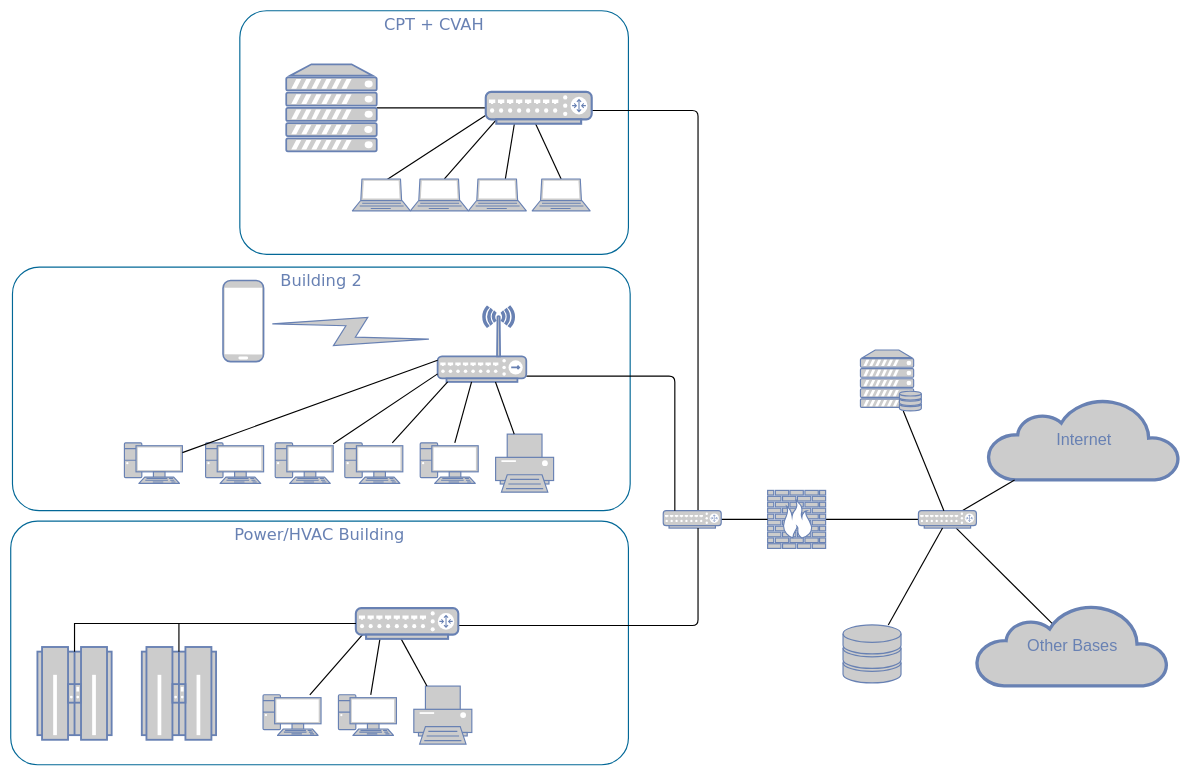
RelaxingThought/Diagramming keeps this draw.io diagram as SampleNetwork.drawio. Above is the earlier version. Source tidied: cells renumbered, new cells numbered last; positions are measured from the earlier drawing's top-left corner, leaving out a move shared by most shapes. Both pictures are drawn from the tidied source at 58%, with x=0, y=0 at pixel (10, 10).
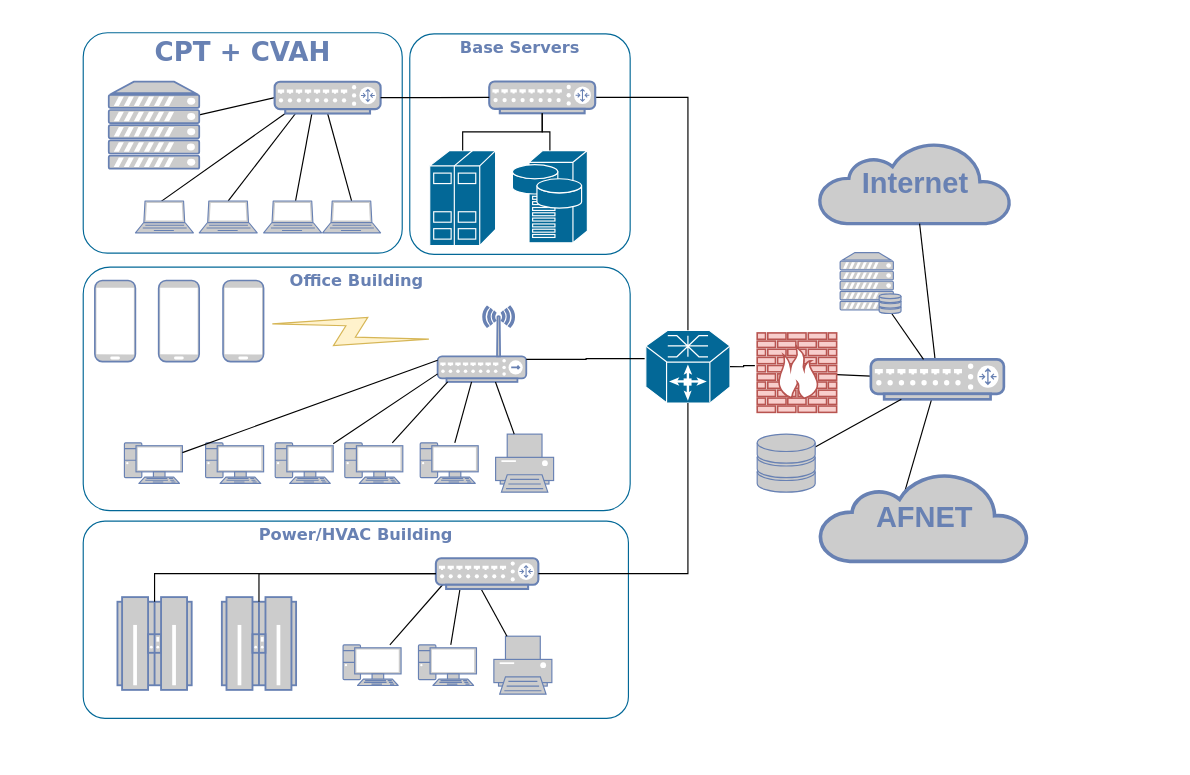
After the change.

The change refers to these unchanged cells:
```xml
<mxCell id="22" style="fontColor=#0066CC;verticalAlign=top;verticalLabelPosition=bottom;labelPosition=center;align=center;html=1;fillColor=#CCCCCC;strokeColor=#6881B3;gradientColor=none;gradientDirection=north;strokeWidth=2;shape=mxgraph.networks.wireless_hub;rounded=0;shadow=0;comic=0;" parent="1" vertex="1">
  <mxGeometry x="736" y="510" width="152.9" height="130" as="geometry" />
</mxCell>
<mxCell id="29" style="fontColor=#0066CC;verticalAlign=top;verticalLabelPosition=bottom;labelPosition=center;align=center;html=1;fillColor=#CCCCCC;strokeColor=#6881B3;gradientColor=none;gradientDirection=north;strokeWidth=2;shape=mxgraph.networks.mobile;rounded=0;shadow=0;comic=0;" parent="1" vertex="1">
  <mxGeometry x="366" y="465" width="70" height="140" as="geometry" />
</mxCell>
```

Diff of the diagram source:
```diff
@@
-    <mxCell id="2" value="Power/HVAC Building" style="rounded=1;whiteSpace=wrap;html=1;shadow=0;comic=0;strokeColor=#036897;strokeWidth=2;fillColor=none;fontFamily=Verdana;fontSize=28;fontColor=#6881B3;align=center;arcSize=11;verticalAlign=top;" parent="1" vertex="1">
-      <mxGeometry y="880" width="1065" height="420" as="geometry" />
+    <mxCell id="2" value="&lt;b&gt;Power/HVAC Building&lt;/b&gt;" style="rounded=1;whiteSpace=wrap;html=1;shadow=0;comic=0;strokeColor=#036897;strokeWidth=2;fillColor=none;fontFamily=Verdana;fontSize=28;fontColor=#6881B3;align=center;arcSize=11;verticalAlign=top;" parent="1" vertex="1">
+      <mxGeometry x="125" y="880" width="940" height="340" as="geometry" />
     </mxCell>
-    <mxCell id="3" value="Building 2" style="rounded=1;whiteSpace=wrap;html=1;shadow=0;comic=0;strokeColor=#036897;strokeWidth=2;fillColor=none;fontFamily=Verdana;fontSize=28;fontColor=#6881B3;align=center;arcSize=11;verticalAlign=top;" parent="1" vertex="1">
-      <mxGeometry x="3" y="442" width="1065" height="420" as="geometry" />
+    <mxCell id="3" value="&lt;b&gt;Office Building&lt;/b&gt;" style="rounded=1;whiteSpace=wrap;html=1;shadow=0;comic=0;strokeColor=#036897;strokeWidth=2;fillColor=none;fontFamily=Verdana;fontSize=28;fontColor=#6881B3;align=center;arcSize=11;verticalAlign=top;" parent="1" vertex="1">
+      <mxGeometry x="125" y="442" width="943" height="420" as="geometry" />
     </mxCell>
-    <mxCell id="4" value="CPT + CVAH" style="rounded=1;whiteSpace=wrap;html=1;shadow=0;comic=0;strokeColor=#036897;strokeWidth=2;fillColor=none;fontFamily=Verdana;fontSize=28;fontColor=#6881B3;align=center;arcSize=11;verticalAlign=top;" parent="1" vertex="1">
-      <mxGeometry x="395" width="670" height="420" as="geometry" />
+    <mxCell id="4" value="&lt;b&gt;&lt;font style=&quot;font-size: 45px;&quot;&gt;CPT + CVAH&lt;/font&gt;&lt;/b&gt;" style="rounded=1;whiteSpace=wrap;html=1;shadow=0;comic=0;strokeColor=#036897;strokeWidth=2;fillColor=none;fontFamily=Verdana;fontSize=28;fontColor=#6881B3;align=center;arcSize=11;verticalAlign=top;" parent="1" vertex="1">
+      <mxGeometry x="125" y="38" width="550" height="380" as="geometry" />
     </mxCell>
@@
-    <mxCell id="6" style="fontColor=#0066CC;verticalAlign=top;verticalLabelPosition=bottom;labelPosition=center;align=center;html=1;fillColor=#CCCCCC;strokeColor=#6881B3;gradientColor=none;gradientDirection=north;strokeWidth=2;shape=mxgraph.networks.firewall;rounded=0;shadow=0;comic=0;" parent="1" vertex="1">
-      <mxGeometry x="1305" y="827" width="100" height="100" as="geometry" />
+    <mxCell id="6" style="verticalAlign=top;verticalLabelPosition=bottom;labelPosition=center;align=center;html=1;fillColor=#f8cecc;strokeColor=#b85450;gradientDirection=north;strokeWidth=2;shape=mxgraph.networks.firewall;rounded=0;shadow=0;comic=0;" parent="1" vertex="1">
+      <mxGeometry x="1287" y="555.5" width="137" height="137" as="geometry" />
     </mxCell>
-    <mxCell id="7" style="edgeStyle=orthogonalEdgeStyle;html=1;labelBackgroundColor=none;endArrow=none;endFill=0;strokeWidth=2;fontFamily=Verdana;fontSize=15;fontColor=#036897;exitX=1;exitY=0.5;exitDx=0;exitDy=0;exitPerimeter=0;" parent="1" edge="1" source="47" target="9">
-      <mxGeometry relative="1" as="geometry">
-        <Array as="points">
-          <mxPoint x="919" y="172" />
-          <mxPoint x="1185" y="172" />
-        </Array>
-      </mxGeometry>
-    </mxCell>
-    <mxCell id="8" style="edgeStyle=none;html=1;labelBackgroundColor=none;endArrow=none;endFill=0;strokeWidth=2;fontFamily=Verdana;fontSize=15;fontColor=#036897;" parent="1" edge="1" source="9" target="6">
-      <mxGeometry relative="1" as="geometry" />
-    </mxCell>
-    <mxCell id="9" style="fontColor=#0066CC;verticalAlign=top;verticalLabelPosition=bottom;labelPosition=center;align=center;html=1;fillColor=#CCCCCC;strokeColor=#6881B3;gradientColor=none;gradientDirection=north;strokeWidth=2;shape=mxgraph.networks.router;rounded=0;shadow=0;comic=0;" parent="1" vertex="1">
-      <mxGeometry x="1125" y="862" width="100" height="30" as="geometry" />
-    </mxCell>
@@
-    <mxCell id="11" style="edgeStyle=none;html=1;labelBackgroundColor=none;endArrow=none;endFill=0;strokeWidth=2;fontFamily=Verdana;fontSize=15;fontColor=#036897;" parent="1" edge="1">
+    <mxCell id="11" style="edgeStyle=none;html=1;labelBackgroundColor=none;endArrow=none;endFill=0;strokeWidth=2;fontFamily=Verdana;fontSize=15;fontColor=#036897;entryX=0.1;entryY=1;entryDx=0;entryDy=0;entryPerimeter=0;" parent="1" edge="1" target="47">
       <mxGeometry relative="1" as="geometry">
-        <mxPoint x="647" y="292.4" as="sourcePoint" />
-        <mxPoint x="827" y="175.1" as="targetPoint" />
+        <mxPoint x="257" y="330.4" as="sourcePoint" />
       </mxGeometry>
     </mxCell>
-    <mxCell id="12" style="edgeStyle=none;html=1;labelBackgroundColor=none;endArrow=none;endFill=0;strokeWidth=2;fontFamily=Verdana;fontSize=15;fontColor=#036897;" parent="1" edge="1">
-      <mxGeometry relative="1" as="geometry">
-        <mxPoint x="747.7" y="290" as="sourcePoint" />
-        <mxPoint x="839.7" y="185" as="targetPoint" />
-      </mxGeometry>
+    <mxCell id="12" style="edgeStyle=none;html=1;labelBackgroundColor=none;endArrow=none;endFill=0;strokeWidth=2;fontFamily=Verdana;fontSize=15;fontColor=#036897;entryX=0.219;entryY=0.905;entryDx=0;entryDy=0;entryPerimeter=0;exitX=0.5;exitY=0;exitDx=0;exitDy=0;exitPerimeter=0;" parent="1" edge="1" source="49" target="47">
+      <mxGeometry relative="1" as="geometry" />
     </mxCell>
-    <mxCell id="13" style="edgeStyle=none;html=1;labelBackgroundColor=none;endArrow=none;endFill=0;strokeWidth=2;fontFamily=Verdana;fontSize=15;fontColor=#036897;" parent="1" edge="1">
-      <mxGeometry relative="1" as="geometry">
-        <mxPoint x="852.8" y="290" as="sourcePoint" />
-        <mxPoint x="870" y="185" as="targetPoint" />
-      </mxGeometry>
+    <mxCell id="13" style="edgeStyle=none;html=1;labelBackgroundColor=none;endArrow=none;endFill=0;strokeWidth=2;fontFamily=Verdana;fontSize=15;fontColor=#036897;entryX=0.361;entryY=0.832;entryDx=0;entryDy=0;entryPerimeter=0;" parent="1" edge="1" source="50" target="47">
+      <mxGeometry relative="1" as="geometry" />
     </mxCell>
-    <mxCell id="14" style="edgeStyle=none;html=1;labelBackgroundColor=none;endArrow=none;endFill=0;strokeWidth=2;fontFamily=Verdana;fontSize=15;fontColor=#036897;exitX=0.5;exitY=0;exitDx=0;exitDy=0;exitPerimeter=0;" parent="1" edge="1" source="51">
-      <mxGeometry relative="1" as="geometry">
-        <mxPoint x="900.3" y="185" as="targetPoint" />
-      </mxGeometry>
+    <mxCell id="14" style="edgeStyle=none;html=1;labelBackgroundColor=none;endArrow=none;endFill=0;strokeWidth=2;fontFamily=Verdana;fontSize=15;fontColor=#036897;exitX=0.5;exitY=0;exitDx=0;exitDy=0;exitPerimeter=0;entryX=0.5;entryY=1;entryDx=0;entryDy=0;entryPerimeter=0;" parent="1" edge="1" source="51" target="47">
+      <mxGeometry relative="1" as="geometry" />
     </mxCell>
@@
-    <mxCell id="21" style="edgeStyle=orthogonalEdgeStyle;html=1;labelBackgroundColor=none;endArrow=none;endFill=0;strokeWidth=2;fontFamily=Verdana;fontSize=15;fontColor=#036897;" parent="1" edge="1" source="22" target="9">
-      <mxGeometry relative="1" as="geometry">
-        <Array as="points">
-          <mxPoint x="1145" y="630" />
-        </Array>
-      </mxGeometry>
-    </mxCell>
@@
-    <mxCell id="28" style="html=1;fillColor=#CCCCCC;strokeColor=#6881B3;gradientColor=none;gradientDirection=north;strokeWidth=2;shape=mxgraph.networks.comm_link_edge;html=1;labelBackgroundColor=none;endArrow=none;endFill=0;fontFamily=Verdana;fontSize=20;" parent="1" edge="1" source="22" target="29">
+    <mxCell id="28" style="html=1;fillColor=#fff2cc;strokeColor=#d6b656;gradientDirection=north;strokeWidth=2;shape=mxgraph.networks.comm_link_edge;html=1;labelBackgroundColor=none;endArrow=none;endFill=0;fontFamily=Verdana;fontSize=20;" parent="1" edge="1" source="22" target="29">
       <mxGeometry relative="1" as="geometry" />
     </mxCell>
@@
     <mxCell id="30" style="fontColor=#0066CC;verticalAlign=top;verticalLabelPosition=bottom;labelPosition=center;align=center;html=1;fillColor=#CCCCCC;strokeColor=#6881B3;gradientColor=none;gradientDirection=north;strokeWidth=2;shape=mxgraph.networks.pc;rounded=0;shadow=0;comic=0;" parent="1" vertex="1">
-      <mxGeometry x="435" y="1179.4" width="100" height="70" as="geometry" />
+      <mxGeometry x="573" y="1093.4" width="100" height="70" as="geometry" />
     </mxCell>
     <mxCell id="31" style="fontColor=#0066CC;verticalAlign=top;verticalLabelPosition=bottom;labelPosition=center;align=center;html=1;fillColor=#CCCCCC;strokeColor=#6881B3;gradientColor=none;gradientDirection=north;strokeWidth=2;shape=mxgraph.networks.pc;rounded=0;shadow=0;comic=0;" parent="1" vertex="1">
-      <mxGeometry x="565" y="1179.4" width="100" height="70" as="geometry" />
+      <mxGeometry x="703" y="1093.4" width="100" height="70" as="geometry" />
     </mxCell>
     <mxCell id="32" style="fontColor=#0066CC;verticalAlign=top;verticalLabelPosition=bottom;labelPosition=center;align=center;html=1;fillColor=#CCCCCC;strokeColor=#6881B3;gradientColor=none;gradientDirection=north;strokeWidth=2;shape=mxgraph.networks.printer;rounded=0;shadow=0;comic=0;" parent="1" vertex="1">
-      <mxGeometry x="695" y="1164.4" width="100" height="100" as="geometry" />
+      <mxGeometry x="833" y="1078.4" width="100" height="100" as="geometry" />
     </mxCell>
-    <mxCell id="33" style="edgeStyle=orthogonalEdgeStyle;html=1;labelBackgroundColor=none;endArrow=none;endFill=0;strokeWidth=2;fontFamily=Verdana;fontSize=15;fontColor=#036897;" parent="1" edge="1" target="9">
-      <mxGeometry relative="1" as="geometry">
-        <mxPoint x="695" y="1060" as="sourcePoint" />
-        <Array as="points">
-          <mxPoint x="1185" y="1060" />
-        </Array>
-      </mxGeometry>
-    </mxCell>
     <mxCell id="34" style="edgeStyle=none;html=1;labelBackgroundColor=none;endArrow=none;endFill=0;strokeWidth=2;fontFamily=Verdana;fontSize=15;fontColor=#036897;" parent="1" edge="1" source="30">
       <mxGeometry relative="1" as="geometry">
-        <mxPoint x="607.7" y="1074.4" as="targetPoint" />
+        <mxPoint x="745.7" y="988.4" as="targetPoint" />
       </mxGeometry>
     </mxCell>
     <mxCell id="35" style="edgeStyle=none;html=1;labelBackgroundColor=none;endArrow=none;endFill=0;strokeWidth=2;fontFamily=Verdana;fontSize=15;fontColor=#036897;" parent="1" edge="1" source="31">
       <mxGeometry relative="1" as="geometry">
-        <mxPoint x="638" y="1074.4" as="targetPoint" />
+        <mxPoint x="776" y="988.4" as="targetPoint" />
       </mxGeometry>
     </mxCell>
     <mxCell id="36" style="edgeStyle=none;html=1;labelBackgroundColor=none;endArrow=none;endFill=0;strokeWidth=2;fontFamily=Verdana;fontSize=15;fontColor=#036897;" parent="1" edge="1" source="32">
       <mxGeometry relative="1" as="geometry">
-        <mxPoint x="668.3" y="1074.4" as="targetPoint" />
+        <mxPoint x="806.3" y="988.4" as="targetPoint" />
       </mxGeometry>
     </mxCell>
-    <mxCell id="37" value="Internet" style="html=1;fillColor=#CCCCCC;strokeColor=#6881B3;gradientColor=none;gradientDirection=north;strokeWidth=2;shape=mxgraph.networks.cloud;fontColor=#6881B3;rounded=0;shadow=0;comic=0;align=center;fontSize=28;" parent="1" vertex="1">
-      <mxGeometry x="1685" y="669" width="330" height="140" as="geometry" />
+    <mxCell id="37" value="&lt;font style=&quot;font-size: 50px;&quot;&gt;&lt;b&gt;&lt;font style=&quot;font-size: 50px;&quot;&gt;Internet&lt;/font&gt;&lt;/b&gt;&lt;/font&gt;" style="html=1;fillColor=#CCCCCC;strokeColor=#6881B3;gradientColor=none;gradientDirection=north;strokeWidth=2;shape=mxgraph.networks.cloud;fontColor=#6881B3;rounded=0;shadow=0;comic=0;align=center;fontSize=28;" parent="1" vertex="1">
+      <mxGeometry x="1394" y="227" width="330" height="140" as="geometry" />
     </mxCell>
@@
     <mxCell id="40" style="fontColor=#0066CC;verticalAlign=top;verticalLabelPosition=bottom;labelPosition=center;align=center;html=1;fillColor=#CCCCCC;strokeColor=#6881B3;gradientColor=none;gradientDirection=north;strokeWidth=2;shape=mxgraph.networks.router;rounded=0;shadow=0;comic=0;" parent="1" vertex="1">
-      <mxGeometry x="1565" y="862" width="100" height="30" as="geometry" />
+      <mxGeometry x="1483" y="601.2" width="229.3" height="68.8" as="geometry" />
     </mxCell>
@@
     <mxCell id="42" style="fontColor=#0066CC;verticalAlign=top;verticalLabelPosition=bottom;labelPosition=center;align=center;html=1;fillColor=#CCCCCC;strokeColor=#6881B3;gradientColor=none;gradientDirection=north;strokeWidth=2;shape=mxgraph.networks.storage;rounded=0;shadow=0;comic=0;" parent="1" vertex="1">
-      <mxGeometry x="1435" y="1059" width="100" height="100" as="geometry" />
+      <mxGeometry x="1287" y="730" width="100" height="100" as="geometry" />
     </mxCell>
@@
     <mxCell id="44" style="fontColor=#0066CC;verticalAlign=top;verticalLabelPosition=bottom;labelPosition=center;align=center;html=1;fillColor=#CCCCCC;strokeColor=#6881B3;gradientColor=none;gradientDirection=north;strokeWidth=2;shape=mxgraph.networks.server_storage;rounded=0;shadow=0;comic=0;" parent="1" vertex="1">
-      <mxGeometry x="1465" y="585" width="105" height="105" as="geometry" />
+      <mxGeometry x="1430" y="417" width="105" height="105" as="geometry" />
     </mxCell>
-    <mxCell id="45" value="Other Bases" style="html=1;fillColor=#CCCCCC;strokeColor=#6881B3;gradientColor=none;gradientDirection=north;strokeWidth=2;shape=mxgraph.networks.cloud;fontColor=#6881B3;rounded=0;shadow=0;comic=0;align=center;fontSize=28;" parent="1" vertex="1">
-      <mxGeometry x="1665" y="1024" width="330" height="140" as="geometry" />
+    <mxCell id="45" value="&lt;b&gt;&lt;font style=&quot;font-size: 50px;&quot;&gt;AFNET&lt;/font&gt;&lt;/b&gt;" style="html=1;fillColor=#CCCCCC;strokeColor=#6881B3;gradientColor=none;gradientDirection=north;strokeWidth=2;shape=mxgraph.networks.cloud;fontColor=#6881B3;rounded=0;shadow=0;comic=0;align=center;fontSize=28;" parent="1" vertex="1">
+      <mxGeometry x="1395" y="797" width="359" height="152.3" as="geometry" />
     </mxCell>
     <mxCell id="46" style="fontColor=#0066CC;verticalAlign=top;verticalLabelPosition=bottom;labelPosition=center;align=center;html=1;fillColor=#CCCCCC;strokeColor=#6881B3;gradientColor=none;gradientDirection=north;strokeWidth=2;shape=mxgraph.networks.router;rounded=0;shadow=0;comic=0;" parent="1" vertex="1">
-      <mxGeometry x="595" y="1030" width="176.7" height="53" as="geometry" />
+      <mxGeometry x="733" y="944" width="176.7" height="53" as="geometry" />
     </mxCell>
     <mxCell id="47" style="fontColor=#0066CC;verticalAlign=top;verticalLabelPosition=bottom;labelPosition=center;align=center;html=1;fillColor=#CCCCCC;strokeColor=#6881B3;gradientColor=none;gradientDirection=north;strokeWidth=2;shape=mxgraph.networks.router;rounded=0;shadow=0;comic=0;" parent="1" vertex="1">
-      <mxGeometry x="819" y="140" width="182.7" height="54.8" as="geometry" />
+      <mxGeometry x="455" y="122.4" width="182.7" height="54.8" as="geometry" />
     </mxCell>
     <mxCell id="48" style="fontColor=#0066CC;verticalAlign=top;verticalLabelPosition=bottom;labelPosition=center;align=center;html=1;fillColor=#CCCCCC;strokeColor=#6881B3;gradientColor=none;gradientDirection=north;strokeWidth=2;shape=mxgraph.networks.laptop;" parent="1" vertex="1">
-      <mxGeometry x="589" y="290" width="100" height="55" as="geometry" />
+      <mxGeometry x="215" y="328" width="100" height="55" as="geometry" />
     </mxCell>
     <mxCell id="49" style="fontColor=#0066CC;verticalAlign=top;verticalLabelPosition=bottom;labelPosition=center;align=center;html=1;outlineConnect=0;fillColor=#CCCCCC;strokeColor=#6881B3;gradientColor=none;gradientDirection=north;strokeWidth=2;shape=mxgraph.networks.laptop;" parent="1" vertex="1">
-      <mxGeometry x="689" y="290" width="100" height="55" as="geometry" />
+      <mxGeometry x="325" y="328" width="100" height="55" as="geometry" />
     </mxCell>
     <mxCell id="50" style="fontColor=#0066CC;verticalAlign=top;verticalLabelPosition=bottom;labelPosition=center;align=center;html=1;outlineConnect=0;fillColor=#CCCCCC;strokeColor=#6881B3;gradientColor=none;gradientDirection=north;strokeWidth=2;shape=mxgraph.networks.laptop;" parent="1" vertex="1">
-      <mxGeometry x="789" y="290" width="100" height="55" as="geometry" />
+      <mxGeometry x="436" y="328" width="100" height="55" as="geometry" />
     </mxCell>
     <mxCell id="51" style="fontColor=#0066CC;verticalAlign=top;verticalLabelPosition=bottom;labelPosition=center;align=center;html=1;outlineConnect=0;fillColor=#CCCCCC;strokeColor=#6881B3;gradientColor=none;gradientDirection=north;strokeWidth=2;shape=mxgraph.networks.laptop;" parent="1" vertex="1">
-      <mxGeometry x="899" y="290" width="100" height="55" as="geometry" />
+      <mxGeometry x="537.7" y="328" width="100" height="55" as="geometry" />
     </mxCell>
     <mxCell id="52" style="fontColor=#0066CC;verticalAlign=top;verticalLabelPosition=bottom;labelPosition=center;align=center;html=1;outlineConnect=0;fillColor=#CCCCCC;strokeColor=#6881B3;gradientColor=none;gradientDirection=north;strokeWidth=2;shape=mxgraph.networks.server;" parent="1" vertex="1">
-      <mxGeometry x="475" y="92.4" width="156" height="150" as="geometry" />
+      <mxGeometry x="169" y="122.4" width="156" height="150" as="geometry" />
     </mxCell>
     <mxCell id="53" style="fontColor=#0066CC;verticalAlign=top;verticalLabelPosition=bottom;labelPosition=center;align=center;html=1;outlineConnect=0;fillColor=#CCCCCC;strokeColor=#6881B3;gradientColor=none;gradientDirection=north;strokeWidth=2;shape=mxgraph.networks.mainframe;" parent="1" vertex="1">
-      <mxGeometry x="46" y="1097" width="128" height="160" as="geometry" />
+      <mxGeometry x="184" y="1011" width="128" height="160" as="geometry" />
     </mxCell>
     <mxCell id="54" style="fontColor=#0066CC;verticalAlign=top;verticalLabelPosition=bottom;labelPosition=center;align=center;html=1;outlineConnect=0;fillColor=#CCCCCC;strokeColor=#6881B3;gradientColor=none;gradientDirection=north;strokeWidth=2;shape=mxgraph.networks.mainframe;" parent="1" vertex="1">
-      <mxGeometry x="226" y="1097" width="128" height="160" as="geometry" />
+      <mxGeometry x="364" y="1011" width="128" height="160" as="geometry" />
     </mxCell>
@@
+    <mxCell id="57" value="&lt;b&gt;Base Servers&lt;/b&gt;" style="rounded=1;whiteSpace=wrap;html=1;shadow=0;comic=0;strokeColor=#036897;strokeWidth=2;fillColor=none;fontFamily=Verdana;fontSize=28;fontColor=#6881B3;align=center;arcSize=11;verticalAlign=top;" parent="1" vertex="1">
+      <mxGeometry x="688" y="40" width="380" height="380" as="geometry" />
+    </mxCell>
+    <mxCell id="58" style="shape=mxgraph.cisco.servers.storage_server;sketch=0;html=1;dashed=0;fillColor=#036897;strokeColor=#ffffff;strokeWidth=2;verticalLabelPosition=bottom;verticalAlign=top;align=center;outlineConnect=0;" parent="1" vertex="1">
+      <mxGeometry x="865" y="241.1" width="129.2" height="158.9" as="geometry" />
+    </mxCell>
+    <mxCell id="59" style="fontColor=#0066CC;verticalAlign=top;verticalLabelPosition=bottom;labelPosition=center;align=center;html=1;fillColor=#CCCCCC;strokeColor=#6881B3;gradientColor=none;gradientDirection=north;strokeWidth=2;shape=mxgraph.networks.mobile;rounded=0;shadow=0;comic=0;" parent="1" vertex="1">
+      <mxGeometry x="255" y="465" width="70" height="140" as="geometry" />
+    </mxCell>
+    <mxCell id="60" style="fontColor=#0066CC;verticalAlign=top;verticalLabelPosition=bottom;labelPosition=center;align=center;html=1;fillColor=#CCCCCC;strokeColor=#6881B3;gradientColor=none;gradientDirection=north;strokeWidth=2;shape=mxgraph.networks.mobile;rounded=0;shadow=0;comic=0;" parent="1" vertex="1">
+      <mxGeometry x="145" y="465" width="70" height="140" as="geometry" />
+    </mxCell>
+    <mxCell id="61" style="shape=mxgraph.cisco.routers.optical_services_router;sketch=0;html=1;dashed=0;fillColor=#036897;strokeColor=#ffffff;strokeWidth=2;verticalLabelPosition=bottom;verticalAlign=top;align=center;outlineConnect=0;" parent="1" vertex="1">
+      <mxGeometry x="1095" y="551" width="145.1" height="125.5" as="geometry" />
+    </mxCell>
+    <mxCell id="62" style="edgeStyle=orthogonalEdgeStyle;rounded=0;jettySize=auto;html=1;exitX=1;exitY=0.5;exitDx=0;exitDy=0;exitPerimeter=0;entryX=0.5;entryY=1;entryDx=0;entryDy=0;entryPerimeter=0;strokeWidth=2;endArrow=none;endFill=0;" parent="1" edge="1" source="46" target="61">
+      <mxGeometry relative="1" as="geometry" />
+    </mxCell>
+    <mxCell id="63" style="edgeStyle=orthogonalEdgeStyle;rounded=0;jettySize=auto;html=1;exitX=1;exitY=0.5;exitDx=0;exitDy=0;exitPerimeter=0;strokeWidth=2;endArrow=none;endFill=0;" parent="1" edge="1" source="64" target="61">
+      <mxGeometry relative="1" as="geometry" />
+    </mxCell>
+    <mxCell id="64" style="fontColor=#0066CC;verticalAlign=top;verticalLabelPosition=bottom;labelPosition=center;align=center;html=1;fillColor=#CCCCCC;strokeColor=#6881B3;gradientColor=none;gradientDirection=north;strokeWidth=2;shape=mxgraph.networks.router;rounded=0;shadow=0;comic=0;" parent="1" vertex="1">
+      <mxGeometry x="825" y="122" width="182.7" height="54.8" as="geometry" />
+    </mxCell>
+    <mxCell id="65" style="edgeStyle=orthogonalEdgeStyle;rounded=0;jettySize=auto;html=1;exitX=1;exitY=0.5;exitDx=0;exitDy=0;exitPerimeter=0;entryX=0;entryY=0.5;entryDx=0;entryDy=0;entryPerimeter=0;strokeWidth=2;endArrow=none;endFill=0;" parent="1" edge="1" source="47" target="64">
+      <mxGeometry relative="1" as="geometry" />
+    </mxCell>
+    <mxCell id="66" style="shape=mxgraph.cisco.servers.standard_host;sketch=0;html=1;dashed=0;fillColor=#036897;strokeColor=#ffffff;strokeWidth=2;verticalLabelPosition=bottom;verticalAlign=top;align=center;outlineConnect=0;" parent="1" vertex="1">
+      <mxGeometry x="722.4" y="241.1" width="113.6" height="163.8" as="geometry" />
+    </mxCell>
+    <mxCell id="67" style="edgeStyle=orthogonalEdgeStyle;rounded=0;jettySize=auto;html=1;exitX=0.5;exitY=0;exitDx=0;exitDy=0;exitPerimeter=0;entryX=0.5;entryY=1;entryDx=0;entryDy=0;entryPerimeter=0;strokeWidth=2;endArrow=none;endFill=0;" parent="1" edge="1" source="66" target="64">
+      <mxGeometry relative="1" as="geometry" />
+    </mxCell>
+    <mxCell id="68" style="edgeStyle=orthogonalEdgeStyle;rounded=0;jettySize=auto;html=1;exitX=0.5;exitY=0;exitDx=0;exitDy=0;exitPerimeter=0;entryX=0.5;entryY=1;entryDx=0;entryDy=0;entryPerimeter=0;endArrow=none;endFill=0;strokeWidth=2;" parent="1" edge="1" source="58" target="64">
+      <mxGeometry relative="1" as="geometry" />
+    </mxCell>
+    <mxCell id="69" style="edgeStyle=orthogonalEdgeStyle;rounded=0;jettySize=auto;html=1;exitX=1;exitY=0.7;exitDx=0;exitDy=0;exitPerimeter=0;entryX=-0.014;entryY=0.39;entryDx=0;entryDy=0;entryPerimeter=0;strokeWidth=2;endArrow=none;endFill=0;" parent="1" edge="1" source="22" target="61">
+      <mxGeometry relative="1" as="geometry" />
+    </mxCell>
+    <mxCell id="70" style="edgeStyle=orthogonalEdgeStyle;rounded=0;jettySize=auto;html=1;exitX=1;exitY=0.5;exitDx=0;exitDy=0;exitPerimeter=0;entryX=-0.029;entryY=0.412;entryDx=0;entryDy=0;entryPerimeter=0;endArrow=none;endFill=0;strokeWidth=2;" parent="1" edge="1" source="61" target="6">
+      <mxGeometry relative="1" as="geometry" />
+    </mxCell>
```
